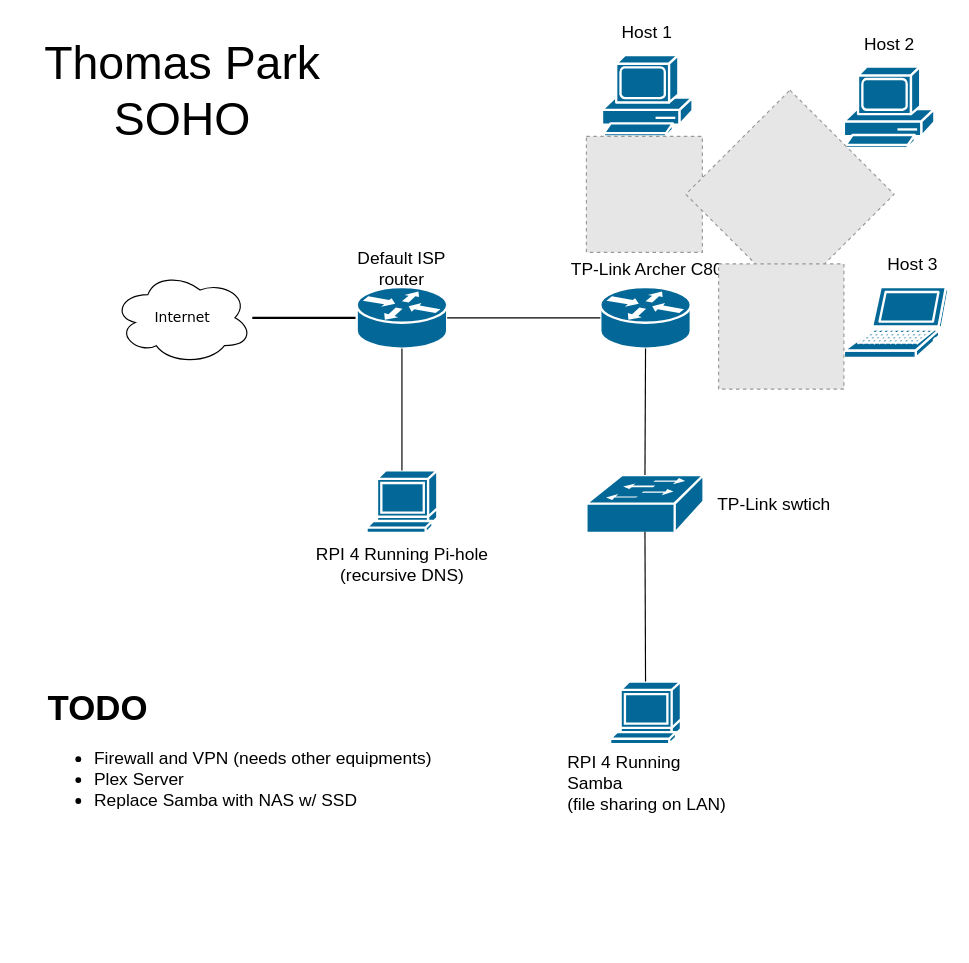
ThomasPark20/SOHO keeps this draw.io diagram as page "Page-1" (1 of 2) of TPSOHO.drawio. Above is the earlier version. Source tidied: cells renumbered, new cells numbered last; positions are measured from the earlier drawing's top-left corner, leaving out a move shared by most shapes. Both pictures are drawn from the tidied source at 116%, with x=0, y=0 at pixel (20, 20). Pictures stored in the file or linked from it are replaced by grey dashed boxes.
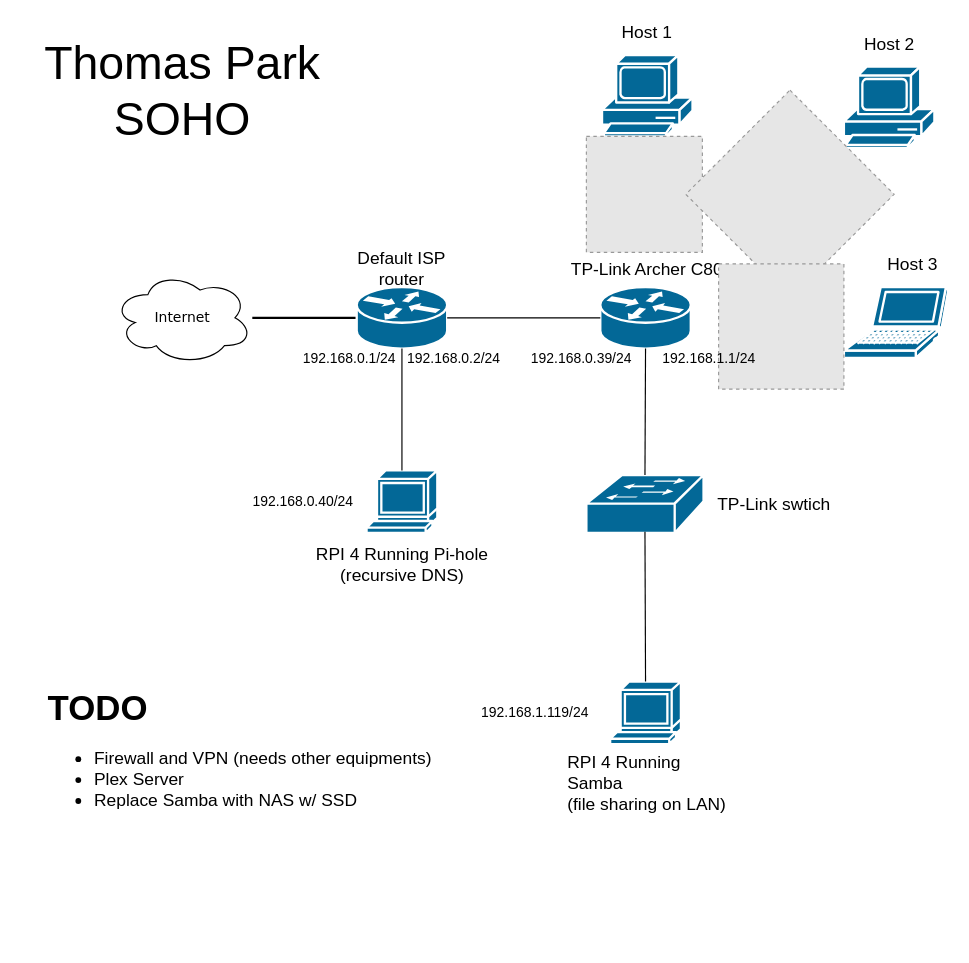
After the change.

Change to the diagram source:
```diff
@@
+    <mxCell id="29" value="192.168.0.40/24" style="text;html=1;strokeColor=none;fillColor=none;align=center;verticalAlign=middle;whiteSpace=wrap;rounded=0;" parent="1" vertex="1">
+      <mxGeometry x="188.5" y="406" width="110" height="18" as="geometry" />
+    </mxCell>
+    <mxCell id="30" value="192.168.1.119/24" style="text;html=1;strokeColor=none;fillColor=none;align=center;verticalAlign=middle;whiteSpace=wrap;rounded=0;" parent="1" vertex="1">
+      <mxGeometry x="389" y="588" width="110" height="18" as="geometry" />
+    </mxCell>
+    <mxCell id="31" value="192.168.1.1/24" style="text;html=1;strokeColor=none;fillColor=none;align=center;verticalAlign=middle;whiteSpace=wrap;rounded=0;" parent="1" vertex="1">
+      <mxGeometry x="539" y="283" width="110" height="18" as="geometry" />
+    </mxCell>
+    <mxCell id="32" value="192.168.0.39/24" style="text;html=1;strokeColor=none;fillColor=none;align=center;verticalAlign=middle;whiteSpace=wrap;rounded=0;" parent="1" vertex="1">
+      <mxGeometry x="429" y="283" width="110" height="18" as="geometry" />
+    </mxCell>
+    <mxCell id="33" value="192.168.0.1/24" style="text;html=1;strokeColor=none;fillColor=none;align=center;verticalAlign=middle;whiteSpace=wrap;rounded=0;" parent="1" vertex="1">
+      <mxGeometry x="229" y="283" width="110" height="18" as="geometry" />
+    </mxCell>
+    <mxCell id="34" value="192.168.0.2/24" style="text;html=1;strokeColor=none;fillColor=none;align=center;verticalAlign=middle;whiteSpace=wrap;rounded=0;" parent="1" vertex="1">
+      <mxGeometry x="319" y="283" width="110" height="18" as="geometry" />
+    </mxCell>
```
